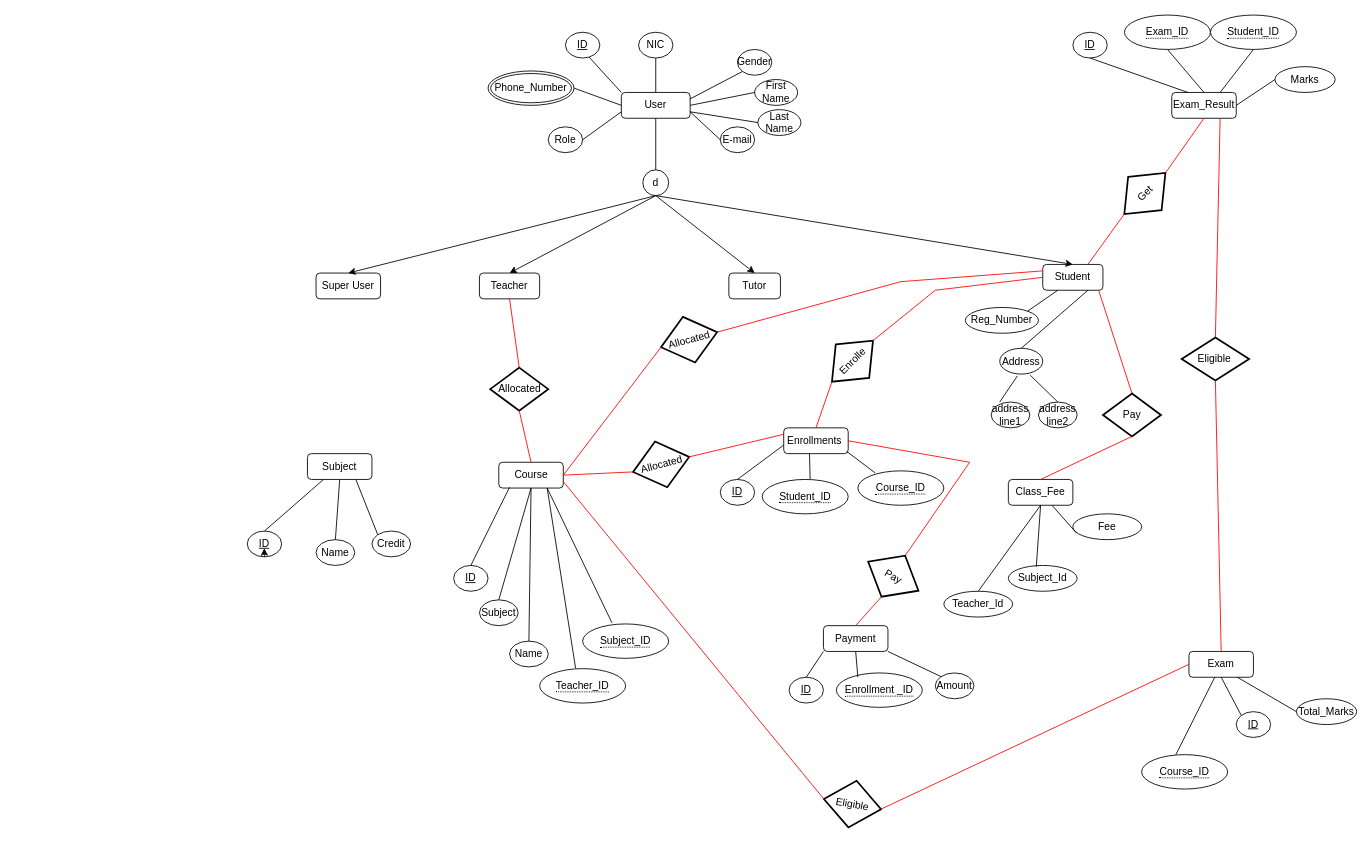
Earlier version of the draw.io diagram docs/EER_database.drawio (dltmthilina/Learnova). Source tidied: cells renumbered, new cells numbered last; positions are measured from the earlier drawing's top-left corner, leaving out a move shared by most shapes. Both pictures are drawn from the tidied source at 86%, with x=0, y=0 at pixel (247, 15).
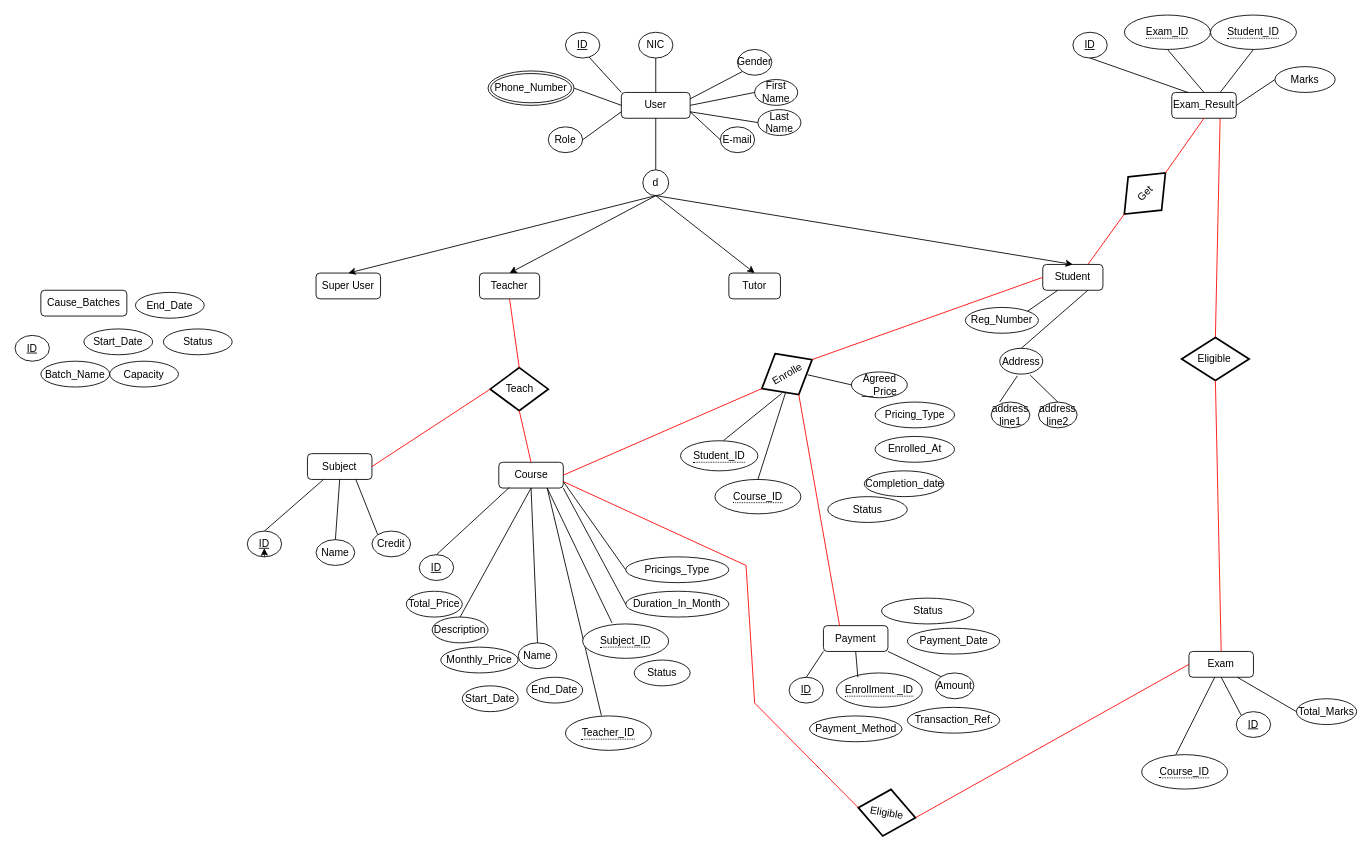
After the change.

Commit message:
updated EER Diagrame

The change refers to these unchanged cells:
```xml
<mxCell id="11" value="Student" style="rounded=1;whiteSpace=wrap;html=1;" parent="1" vertex="1">
  <mxGeometry x="925" y="290" width="70" height="30" as="geometry" />
</mxCell>
<mxCell id="26" value="Course" style="rounded=1;whiteSpace=wrap;html=1;" parent="1" vertex="1">
  <mxGeometry x="292.5" y="520" width="75" height="30" as="geometry" />
</mxCell>
<mxCell id="64" value="Subject" style="rounded=1;whiteSpace=wrap;html=1;" parent="1" vertex="1">
  <mxGeometry x="70" y="510" width="75" height="30" as="geometry" />
</mxCell>
<mxCell id="85" value="Payment" style="rounded=1;whiteSpace=wrap;html=1;" parent="1" vertex="1">
  <mxGeometry x="670" y="710" width="75" height="30" as="geometry" />
</mxCell>
```

Change to the diagram source:
```diff
@@
-    <mxCell id="27" value="Subject" style="ellipse;whiteSpace=wrap;html=1;" parent="1" vertex="1">
-      <mxGeometry x="270" y="680" width="45" height="30" as="geometry" />
+    <mxCell id="27" value="Description" style="ellipse;whiteSpace=wrap;html=1;" parent="1" vertex="1">
+      <mxGeometry x="215" y="700" width="65" height="30" as="geometry" />
     </mxCell>
     <mxCell id="28" value="Name" style="ellipse;whiteSpace=wrap;html=1;" parent="1" vertex="1">
-      <mxGeometry x="305" y="728" width="45" height="30" as="geometry" />
+      <mxGeometry x="315" y="730" width="45" height="30" as="geometry" />
     </mxCell>
@@
-    <mxCell id="31" value="Allocated" style="strokeWidth=2;html=1;shape=mxgraph.flowchart.decision;whiteSpace=wrap;" parent="1" vertex="1">
+    <mxCell id="31" value="Teach" style="strokeWidth=2;html=1;shape=mxgraph.flowchart.decision;whiteSpace=wrap;" parent="1" vertex="1">
       <mxGeometry x="282.5" y="410" width="67.5" height="50" as="geometry" />
     </mxCell>
@@
-    <mxCell id="34" value="Allocated" style="strokeWidth=2;html=1;shape=mxgraph.flowchart.decision;whiteSpace=wrap;rotation=-15;" parent="1" vertex="1">
-      <mxGeometry x="480" y="350" width="67.5" height="55" as="geometry" />
-    </mxCell>
-    <mxCell id="35" style="endArrow=none;html=1;rounded=0;fillColor=#FF0000;entryX=1;entryY=0.5;entryDx=0;entryDy=0;strokeColor=#FF0000;exitX=0;exitY=0.5;exitDx=0;exitDy=0;exitPerimeter=0;" parent="1" edge="1" source="34" target="26">
-      <mxGeometry relative="1" as="geometry" />
-    </mxCell>
@@
-    <mxCell id="41" value="Class_Fee" style="rounded=1;whiteSpace=wrap;html=1;" parent="1" vertex="1">
-      <mxGeometry x="885" y="540" width="75" height="30" as="geometry" />
-    </mxCell>
-    <mxCell id="42" value="Teacher_Id" style="ellipse;whiteSpace=wrap;html=1;" parent="1" vertex="1">
-      <mxGeometry x="810" y="670" width="80" height="30" as="geometry" />
-    </mxCell>
-    <mxCell id="43" value="Subject_Id" style="ellipse;whiteSpace=wrap;html=1;" parent="1" vertex="1">
-      <mxGeometry x="885" y="640" width="80" height="30" as="geometry" />
-    </mxCell>
-    <mxCell id="44" value="Fee" style="ellipse;whiteSpace=wrap;html=1;" parent="1" vertex="1">
-      <mxGeometry x="960" y="580" width="80" height="30" as="geometry" />
-    </mxCell>
-    <mxCell id="45" style="endArrow=none;html=1;rounded=0;entryX=0.5;entryY=1;entryDx=0;entryDy=0;exitX=0.5;exitY=0;exitDx=0;exitDy=0;" parent="1" edge="1" source="42" target="41">
-      <mxGeometry relative="1" as="geometry" />
-    </mxCell>
-    <mxCell id="46" style="endArrow=none;html=1;rounded=0;exitX=0.406;exitY=0.055;exitDx=0;exitDy=0;exitPerimeter=0;entryX=0.5;entryY=1;entryDx=0;entryDy=0;" parent="1" edge="1" source="43" target="41">
-      <mxGeometry relative="1" as="geometry" />
-    </mxCell>
-    <mxCell id="47" style="endArrow=none;html=1;rounded=0;exitX=0.055;exitY=0.751;exitDx=0;exitDy=0;exitPerimeter=0;" parent="1" edge="1" source="44" target="41">
-      <mxGeometry relative="1" as="geometry" />
-    </mxCell>
-    <mxCell id="48" style="endArrow=none;html=1;rounded=0;fillColor=#FF0000;strokeColor=#FF0000;exitX=0.5;exitY=0;exitDx=0;exitDy=0;exitPerimeter=0;" parent="1" edge="1" source="49">
-      <mxGeometry relative="1" as="geometry">
-        <mxPoint x="990" y="320" as="targetPoint" />
-        <Array as="points">
-          <mxPoint x="990" y="320" />
-        </Array>
-      </mxGeometry>
-    </mxCell>
-    <mxCell id="49" value="Pay" style="strokeWidth=2;html=1;shape=mxgraph.flowchart.decision;whiteSpace=wrap;" parent="1" vertex="1">
-      <mxGeometry x="995" y="440" width="67.5" height="50" as="geometry" />
-    </mxCell>
-    <mxCell id="50" style="endArrow=none;html=1;rounded=0;fillColor=#FF0000;entryX=0.5;entryY=1;entryDx=0;entryDy=0;strokeColor=#FF0000;entryPerimeter=0;exitX=0.5;exitY=0;exitDx=0;exitDy=0;" parent="1" edge="1" source="41" target="49">
-      <mxGeometry relative="1" as="geometry" />
-    </mxCell>
@@
-    <mxCell id="59" style="endArrow=none;html=1;rounded=0;fillColor=#FF0000;strokeColor=#FF0000;exitX=0;exitY=0.25;exitDx=0;exitDy=0;entryX=1;entryY=0.5;entryDx=0;entryDy=0;entryPerimeter=0;" parent="1" edge="1" source="11" target="34">
-      <mxGeometry relative="1" as="geometry">
-        <Array as="points">
-          <mxPoint x="760" y="310" />
-        </Array>
-      </mxGeometry>
-    </mxCell>
@@
     <mxCell id="72" value="&lt;u&gt;ID&lt;/u&gt;" style="ellipse;whiteSpace=wrap;html=1;" parent="1" vertex="1">
-      <mxGeometry x="240" y="640" width="40" height="30" as="geometry" />
+      <mxGeometry x="200" y="627.5" width="40" height="30" as="geometry" />
     </mxCell>
@@
     <mxCell id="76" value="&lt;span style=&quot;border-bottom: 1px dotted&quot;&gt;Teacher_ID&lt;/span&gt;" style="ellipse;whiteSpace=wrap;html=1;align=center;" parent="1" vertex="1">
-      <mxGeometry x="340" y="760" width="100" height="40" as="geometry" />
+      <mxGeometry x="370" y="815" width="100" height="40" as="geometry" />
     </mxCell>
@@
-    <mxCell id="78" value="Enrollments&amp;nbsp;" style="rounded=1;whiteSpace=wrap;html=1;" parent="1" vertex="1">
-      <mxGeometry x="623.8" y="480" width="75" height="30" as="geometry" />
-    </mxCell>
-    <mxCell id="79" value="&lt;u&gt;ID&lt;/u&gt;" style="ellipse;whiteSpace=wrap;html=1;" parent="1" vertex="1">
-      <mxGeometry x="550" y="540" width="40" height="30" as="geometry" />
-    </mxCell>
     <mxCell id="80" value="&lt;span style=&quot;border-bottom: 1px dotted&quot;&gt;Student_ID&lt;/span&gt;" style="ellipse;whiteSpace=wrap;html=1;align=center;" parent="1" vertex="1">
-      <mxGeometry x="598.8" y="540" width="100" height="40" as="geometry" />
+      <mxGeometry x="503.8" y="495" width="90" height="35" as="geometry" />
     </mxCell>
     <mxCell id="81" value="&lt;span style=&quot;border-bottom: 1px dotted&quot;&gt;Course_ID&lt;/span&gt;" style="ellipse;whiteSpace=wrap;html=1;align=center;" parent="1" vertex="1">
-      <mxGeometry x="710" y="530" width="100" height="40" as="geometry" />
+      <mxGeometry x="543.8" y="540" width="100" height="40" as="geometry" />
     </mxCell>
-    <mxCell id="82" style="endArrow=none;html=1;rounded=0;entryX=0.5;entryY=0;entryDx=0;entryDy=0;" parent="1" edge="1" target="79">
-      <mxGeometry relative="1" as="geometry">
-        <mxPoint x="623.8" y="500" as="sourcePoint" />
-      </mxGeometry>
-    </mxCell>
-    <mxCell id="83" style="endArrow=none;html=1;rounded=0;entryX=0.557;entryY=-0.01;entryDx=0;entryDy=0;entryPerimeter=0;exitX=0.4;exitY=1;exitDx=0;exitDy=0;exitPerimeter=0;" parent="1" edge="1" source="78" target="80">
+    <mxCell id="83" style="endArrow=none;html=1;rounded=0;entryX=0.557;entryY=-0.01;entryDx=0;entryDy=0;entryPerimeter=0;exitX=0.256;exitY=0.799;exitDx=0;exitDy=0;exitPerimeter=0;" parent="1" edge="1" source="105" target="80">
       <mxGeometry relative="1" as="geometry" />
     </mxCell>
-    <mxCell id="84" style="endArrow=none;html=1;rounded=0;entryX=0.975;entryY=0.911;entryDx=0;entryDy=0;entryPerimeter=0;" parent="1" edge="1" target="78">
-      <mxGeometry relative="1" as="geometry">
-        <mxPoint x="730.2" y="532.4" as="sourcePoint" />
-      </mxGeometry>
+    <mxCell id="84" style="endArrow=none;html=1;rounded=0;entryX=0.323;entryY=0.821;entryDx=0;entryDy=0;entryPerimeter=0;exitX=0.5;exitY=0;exitDx=0;exitDy=0;" parent="1" edge="1" source="81" target="105">
+      <mxGeometry relative="1" as="geometry" />
     </mxCell>
@@
-    <mxCell id="105" value="Enrolle" style="strokeWidth=2;html=1;shape=mxgraph.flowchart.decision;whiteSpace=wrap;rotation=-45;" parent="1" vertex="1">
-      <mxGeometry x="670" y="375" width="67.5" height="55" as="geometry" />
+    <mxCell id="105" value="Enrolle" style="strokeWidth=2;html=1;shape=mxgraph.flowchart.decision;whiteSpace=wrap;rotation=-30;" parent="1" vertex="1">
+      <mxGeometry x="593.8" y="390" width="67.5" height="55" as="geometry" />
     </mxCell>
     <mxCell id="106" style="endArrow=none;html=1;rounded=0;fillColor=#FF0000;entryX=1;entryY=0.5;entryDx=0;entryDy=0;strokeColor=#FF0000;exitX=0;exitY=0.5;exitDx=0;exitDy=0;entryPerimeter=0;" parent="1" edge="1" source="11" target="105">
-      <mxGeometry relative="1" as="geometry">
-        <Array as="points">
-          <mxPoint x="800" y="320" />
-        </Array>
-      </mxGeometry>
+      <mxGeometry relative="1" as="geometry" />
     </mxCell>
-    <mxCell id="107" style="endArrow=none;html=1;rounded=0;fillColor=#FF0000;entryX=0;entryY=0.5;entryDx=0;entryDy=0;exitX=0.5;exitY=0;exitDx=0;exitDy=0;strokeColor=#FF0000;entryPerimeter=0;" parent="1" edge="1" source="78" target="105">
+    <mxCell id="107" style="endArrow=none;html=1;rounded=0;fillColor=#FF0000;entryX=0;entryY=0.5;entryDx=0;entryDy=0;exitX=1;exitY=0.5;exitDx=0;exitDy=0;strokeColor=#FF0000;entryPerimeter=0;" parent="1" edge="1" source="26" target="105">
       <mxGeometry relative="1" as="geometry" />
     </mxCell>
-    <mxCell id="108" value="Allocated" style="strokeWidth=2;html=1;shape=mxgraph.flowchart.decision;whiteSpace=wrap;rotation=-15;" parent="1" vertex="1">
-      <mxGeometry x="447.5" y="495" width="67.5" height="55" as="geometry" />
-    </mxCell>
-    <mxCell id="109" style="endArrow=none;html=1;rounded=0;fillColor=#FF0000;entryX=1;entryY=0.5;entryDx=0;entryDy=0;strokeColor=#FF0000;entryPerimeter=0;exitX=0;exitY=0.25;exitDx=0;exitDy=0;" parent="1" edge="1" source="78" target="108">
-      <mxGeometry relative="1" as="geometry" />
-    </mxCell>
-    <mxCell id="110" style="endArrow=none;html=1;rounded=0;fillColor=#FF0000;entryX=1;entryY=0.5;entryDx=0;entryDy=0;strokeColor=#FF0000;exitX=0;exitY=0.5;exitDx=0;exitDy=0;exitPerimeter=0;" parent="1" edge="1" source="108" target="26">
-      <mxGeometry relative="1" as="geometry" />
-    </mxCell>
     <mxCell id="111" value="Eligible" style="strokeWidth=2;html=1;shape=mxgraph.flowchart.decision;whiteSpace=wrap;rotation=10;" parent="1" vertex="1">
-      <mxGeometry x="670" y="890" width="67.5" height="55" as="geometry" />
+      <mxGeometry x="710" y="900" width="67.5" height="55" as="geometry" />
     </mxCell>
     <mxCell id="112" style="endArrow=none;html=1;rounded=0;fillColor=#FF0000;entryX=1;entryY=0.75;entryDx=0;entryDy=0;strokeColor=#FF0000;exitX=0;exitY=0.5;exitDx=0;exitDy=0;exitPerimeter=0;" parent="1" edge="1" source="111" target="26">
-      <mxGeometry relative="1" as="geometry" />
+      <mxGeometry relative="1" as="geometry">
+        <Array as="points">
+          <mxPoint x="590" y="800" />
+          <mxPoint x="580" y="640" />
+        </Array>
+      </mxGeometry>
     </mxCell>
@@
-    <mxCell id="117" style="endArrow=none;html=1;rounded=0;fillColor=#FF0000;entryX=1;entryY=0.5;entryDx=0;entryDy=0;strokeColor=#FF0000;exitX=0.5;exitY=0;exitDx=0;exitDy=0;exitPerimeter=0;" parent="1" edge="1" source="118" target="78">
-      <mxGeometry relative="1" as="geometry">
-        <Array as="points">
-          <mxPoint x="840" y="520" />
-        </Array>
-      </mxGeometry>
-    </mxCell>
-    <mxCell id="118" value="Pay" style="strokeWidth=2;html=1;shape=mxgraph.flowchart.decision;whiteSpace=wrap;rotation=30;" parent="1" vertex="1">
-      <mxGeometry x="717.5" y="625" width="67.5" height="55" as="geometry" />
-    </mxCell>
-    <mxCell id="119" style="endArrow=none;html=1;rounded=0;fillColor=#FF0000;entryX=0.5;entryY=0;entryDx=0;entryDy=0;strokeColor=#FF0000;exitX=0.5;exitY=1;exitDx=0;exitDy=0;exitPerimeter=0;" parent="1" edge="1" source="118" target="85">
-      <mxGeometry relative="1" as="geometry" />
-    </mxCell>
+    <mxCell id="120" style="endArrow=none;html=1;rounded=0;fillColor=#FF0000;entryX=0;entryY=0.5;entryDx=0;entryDy=0;exitX=1;exitY=0.5;exitDx=0;exitDy=0;strokeColor=#FF0000;entryPerimeter=0;" parent="1" edge="1" source="64" target="31">
+      <mxGeometry relative="1" as="geometry" />
+    </mxCell>
+    <mxCell id="121" value="Duration_In_Month" style="ellipse;whiteSpace=wrap;html=1;" parent="1" vertex="1">
+      <mxGeometry x="440" y="670" width="120" height="30" as="geometry" />
+    </mxCell>
+    <mxCell id="122" value="Pricings_Type" style="ellipse;whiteSpace=wrap;html=1;" parent="1" vertex="1">
+      <mxGeometry x="440" y="630" width="120" height="30" as="geometry" />
+    </mxCell>
+    <mxCell id="123" style="endArrow=none;html=1;rounded=0;exitX=1;exitY=1;exitDx=0;exitDy=0;entryX=0;entryY=0.5;entryDx=0;entryDy=0;" parent="1" edge="1" source="26" target="121">
+      <mxGeometry relative="1" as="geometry" />
+    </mxCell>
+    <mxCell id="124" style="endArrow=none;html=1;rounded=0;exitX=0;exitY=0.5;exitDx=0;exitDy=0;entryX=1;entryY=0.75;entryDx=0;entryDy=0;" parent="1" edge="1" source="122" target="26">
+      <mxGeometry relative="1" as="geometry" />
+    </mxCell>
+    <mxCell id="125" value="Total_Price" style="ellipse;whiteSpace=wrap;html=1;" parent="1" vertex="1">
+      <mxGeometry x="185" y="670" width="65" height="30" as="geometry" />
+    </mxCell>
+    <mxCell id="126" value="Monthly_Price" style="ellipse;whiteSpace=wrap;html=1;" parent="1" vertex="1">
+      <mxGeometry x="225" y="735" width="90" height="30" as="geometry" />
+    </mxCell>
+    <mxCell id="127" value="Start_Date" style="ellipse;whiteSpace=wrap;html=1;" parent="1" vertex="1">
+      <mxGeometry x="250" y="780" width="65" height="30" as="geometry" />
+    </mxCell>
+    <mxCell id="128" value="End_Date" style="ellipse;whiteSpace=wrap;html=1;" parent="1" vertex="1">
+      <mxGeometry x="325" y="770" width="65" height="30" as="geometry" />
+    </mxCell>
+    <mxCell id="129" value="Status" style="ellipse;whiteSpace=wrap;html=1;" parent="1" vertex="1">
+      <mxGeometry x="450" y="750" width="65" height="30" as="geometry" />
+    </mxCell>
+    <mxCell id="130" value="Agreed __Price" style="ellipse;whiteSpace=wrap;html=1;" parent="1" vertex="1">
+      <mxGeometry x="702.5" y="415" width="65" height="30" as="geometry" />
+    </mxCell>
+    <mxCell id="131" style="endArrow=none;html=1;rounded=0;entryX=0.801;entryY=0.73;entryDx=0;entryDy=0;entryPerimeter=0;exitX=0;exitY=0.5;exitDx=0;exitDy=0;" parent="1" edge="1" source="130" target="105">
+      <mxGeometry relative="1" as="geometry" />
+    </mxCell>
+    <mxCell id="132" value="Pricing_Type" style="ellipse;whiteSpace=wrap;html=1;" parent="1" vertex="1">
+      <mxGeometry x="730" y="450" width="92.5" height="30" as="geometry" />
+    </mxCell>
+    <mxCell id="133" value="Enrolled_At" style="ellipse;whiteSpace=wrap;html=1;" parent="1" vertex="1">
+      <mxGeometry x="730" y="490" width="92.5" height="30" as="geometry" />
+    </mxCell>
+    <mxCell id="134" value="Completion_date" style="ellipse;whiteSpace=wrap;html=1;" parent="1" vertex="1">
+      <mxGeometry x="717.5" y="530" width="92.5" height="30" as="geometry" />
+    </mxCell>
+    <mxCell id="135" value="Status" style="ellipse;whiteSpace=wrap;html=1;" parent="1" vertex="1">
+      <mxGeometry x="675" y="560" width="92.5" height="30" as="geometry" />
+    </mxCell>
+    <mxCell id="136" value="Payment_Date" style="ellipse;whiteSpace=wrap;html=1;" parent="1" vertex="1">
+      <mxGeometry x="767.5" y="713" width="107.5" height="30" as="geometry" />
+    </mxCell>
+    <mxCell id="137" style="endArrow=none;html=1;rounded=0;fillColor=#FF0000;entryX=0.5;entryY=1;entryDx=0;entryDy=0;strokeColor=#FF0000;entryPerimeter=0;exitX=0.25;exitY=0;exitDx=0;exitDy=0;" parent="1" edge="1" source="85" target="105">
+      <mxGeometry relative="1" as="geometry" />
+    </mxCell>
+    <mxCell id="138" value="Payment_Method" style="ellipse;whiteSpace=wrap;html=1;" parent="1" vertex="1">
+      <mxGeometry x="653.8" y="815" width="107.5" height="30" as="geometry" />
+    </mxCell>
+    <mxCell id="139" value="Transaction_Ref." style="ellipse;whiteSpace=wrap;html=1;" parent="1" vertex="1">
+      <mxGeometry x="767.5" y="805" width="107.5" height="30" as="geometry" />
+    </mxCell>
+    <mxCell id="140" value="Status" style="ellipse;whiteSpace=wrap;html=1;" parent="1" vertex="1">
+      <mxGeometry x="737.5" y="678" width="107.5" height="30" as="geometry" />
+    </mxCell>
+    <mxCell id="141" value="Cause_Batches" style="rounded=1;whiteSpace=wrap;html=1;" parent="1" vertex="1">
+      <mxGeometry x="-240" y="320" width="100" height="30" as="geometry" />
+    </mxCell>
+    <mxCell id="79" value="&lt;u&gt;ID&lt;/u&gt;" style="ellipse;whiteSpace=wrap;html=1;" parent="1" vertex="1">
+      <mxGeometry x="-270" y="372.5" width="40" height="30" as="geometry" />
+    </mxCell>
+    <mxCell id="142" value="Batch_Name" style="ellipse;whiteSpace=wrap;html=1;" parent="1" vertex="1">
+      <mxGeometry x="-240" y="402.5" width="80" height="30" as="geometry" />
+    </mxCell>
+    <mxCell id="143" value="Start_Date" style="ellipse;whiteSpace=wrap;html=1;" parent="1" vertex="1">
+      <mxGeometry x="-190" y="365" width="80" height="30" as="geometry" />
+    </mxCell>
+    <mxCell id="144" value="End_Date" style="ellipse;whiteSpace=wrap;html=1;" parent="1" vertex="1">
+      <mxGeometry x="-130" y="322.5" width="80" height="30" as="geometry" />
+    </mxCell>
+    <mxCell id="145" value="Capacity" style="ellipse;whiteSpace=wrap;html=1;" parent="1" vertex="1">
+      <mxGeometry x="-160" y="402.5" width="80" height="30" as="geometry" />
+    </mxCell>
+    <mxCell id="146" value="Status" style="ellipse;whiteSpace=wrap;html=1;" parent="1" vertex="1">
+      <mxGeometry x="-97.5" y="365" width="80" height="30" as="geometry" />
+    </mxCell>
```
